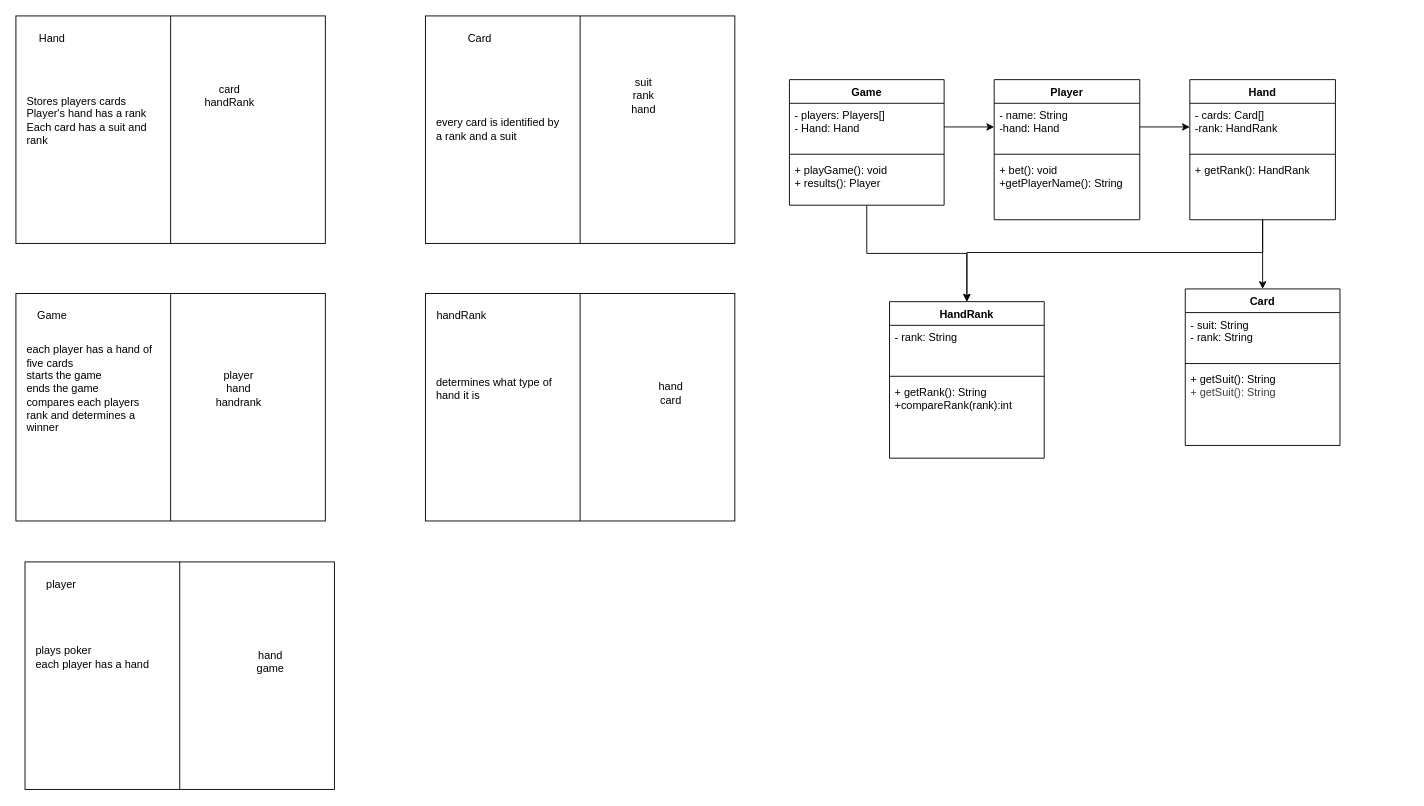
Above: sysc3110/lab1.drawio in Johanna-16/readme (draw.io), before the change. Source tidied: cells renumbered, new cells numbered last; positions are measured from the earlier drawing's top-left corner, leaving out a move shared by most shapes. Both pictures are drawn from the tidied source at 91%, with x=0, y=0 at pixel (15, 15).
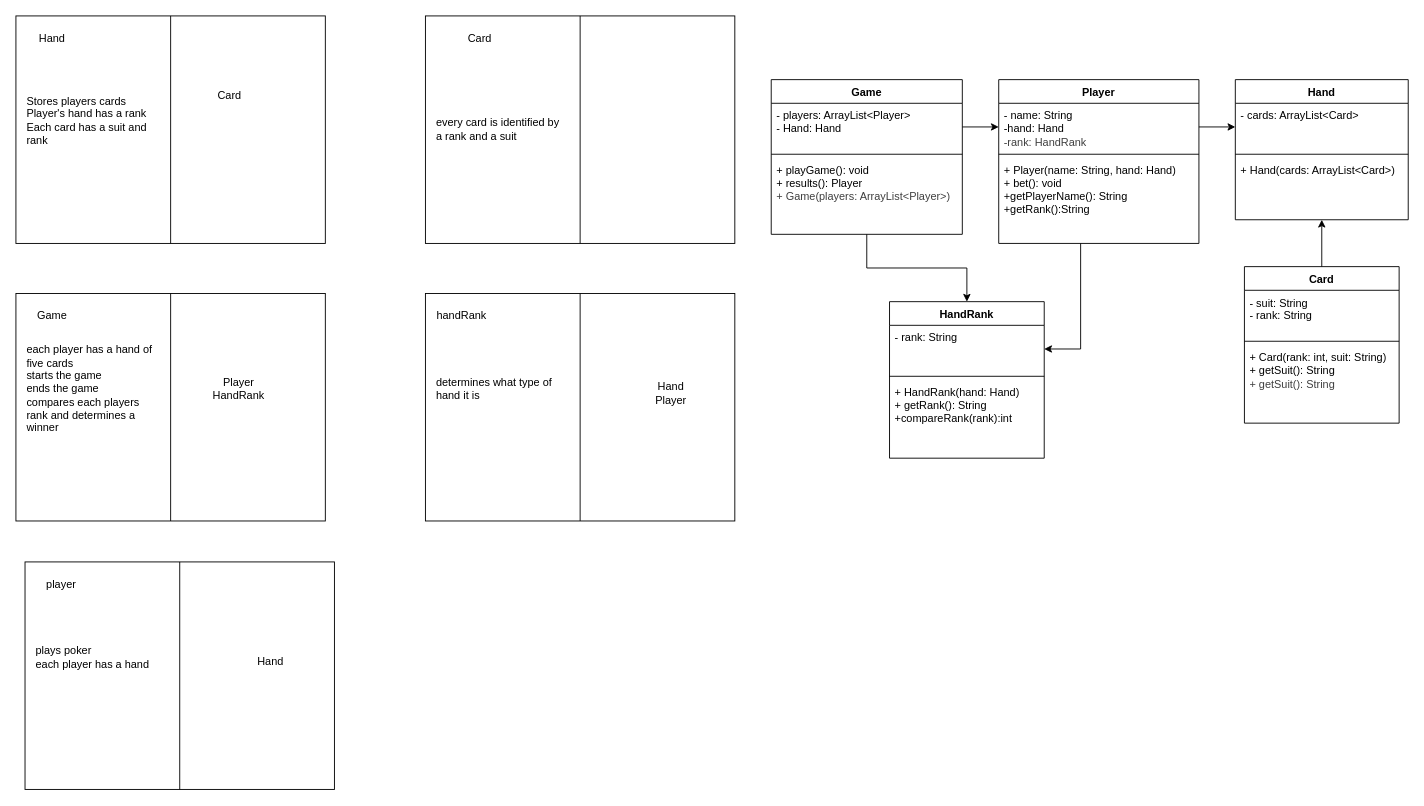
After the change.

Unchanged cells that the change refers to:
```xml
<mxCell id="46" value="HandRank" style="swimlane;fontStyle=1;align=center;verticalAlign=top;horizontal=1;startSize=26;whiteSpace=wrap;html=1;" parent="1" vertex="1">
  <mxGeometry x="960" y="314" width="170" height="172" as="geometry" />
</mxCell>
<mxCell id="47" value="- rank: String" style="text;strokeColor=none;fillColor=none;align=left;verticalAlign=top;spacingLeft=4;spacingRight=4;overflow=hidden;points=[[0,0.5],[1,0.5]];portConstraint=eastwest;whiteSpace=wrap;html=1;" parent="46" vertex="1">
  <mxGeometry y="26" width="170" height="52" as="geometry" />
</mxCell>
```

The edit, as a diff of the source:
```diff
@@
-    <mxCell id="15" value="suit&lt;div&gt;rank&lt;/div&gt;&lt;div&gt;hand&lt;/div&gt;" style="text;html=1;whiteSpace=wrap;strokeColor=none;fillColor=none;align=center;verticalAlign=middle;rounded=0;" parent="1" vertex="1">
-      <mxGeometry x="660" y="72.5" width="60" height="30" as="geometry" />
-    </mxCell>
-    <mxCell id="16" value="card&lt;div&gt;handRank&lt;/div&gt;" style="text;html=1;whiteSpace=wrap;strokeColor=none;fillColor=none;align=center;verticalAlign=middle;rounded=0;" parent="1" vertex="1">
+    <mxCell id="16" value="Card" style="text;html=1;whiteSpace=wrap;strokeColor=none;fillColor=none;align=center;verticalAlign=middle;rounded=0;" parent="1" vertex="1">
       <mxGeometry x="180" y="50" width="110" height="75" as="geometry" />
     </mxCell>
@@
-    <mxCell id="19" value="player&lt;div&gt;hand&lt;/div&gt;&lt;div&gt;handrank&lt;/div&gt;" style="text;html=1;whiteSpace=wrap;strokeColor=none;fillColor=none;align=center;verticalAlign=middle;rounded=0;" parent="1" vertex="1">
+    <mxCell id="19" value="Player&lt;div&gt;HandRank&lt;/div&gt;" style="text;html=1;whiteSpace=wrap;strokeColor=none;fillColor=none;align=center;verticalAlign=middle;rounded=0;" parent="1" vertex="1">
       <mxGeometry x="190" y="372.5" width="110" height="75" as="geometry" />
     </mxCell>
@@
-    <mxCell id="21" value="hand&lt;div&gt;card&lt;/div&gt;" style="text;html=1;whiteSpace=wrap;strokeColor=none;fillColor=none;align=center;verticalAlign=middle;rounded=0;" parent="1" vertex="1">
+    <mxCell id="21" value="Hand&lt;div&gt;Player&lt;/div&gt;" style="text;html=1;whiteSpace=wrap;strokeColor=none;fillColor=none;align=center;verticalAlign=middle;rounded=0;" parent="1" vertex="1">
       <mxGeometry x="690" y="400" width="60" height="30" as="geometry" />
     </mxCell>
@@
-    <mxCell id="26" value="hand&lt;div&gt;game&lt;/div&gt;" style="text;html=1;whiteSpace=wrap;strokeColor=none;fillColor=none;align=center;verticalAlign=middle;rounded=0;" parent="1" vertex="1">
+    <mxCell id="26" value="Hand" style="text;html=1;whiteSpace=wrap;strokeColor=none;fillColor=none;align=center;verticalAlign=middle;rounded=0;" parent="1" vertex="1">
       <mxGeometry x="250" y="695" width="60" height="30" as="geometry" />
     </mxCell>
@@
     <mxCell id="28" value="Game" style="swimlane;fontStyle=1;align=center;verticalAlign=top;horizontal=1;startSize=26;whiteSpace=wrap;html=1;" parent="1" vertex="1">
-      <mxGeometry x="850" y="70" width="170" height="138" as="geometry" />
+      <mxGeometry x="830" y="70" width="210" height="170" as="geometry" />
     </mxCell>
-    <mxCell id="29" value="- players: Players[]&lt;div&gt;- Hand: Hand&lt;/div&gt;&lt;div&gt;&lt;div&gt;&lt;br&gt;&lt;/div&gt;&lt;/div&gt;" style="text;strokeColor=none;fillColor=none;align=left;verticalAlign=top;spacingLeft=4;spacingRight=4;overflow=hidden;points=[[0,0.5],[1,0.5]];portConstraint=eastwest;whiteSpace=wrap;html=1;" parent="28" vertex="1">
-      <mxGeometry y="26" width="170" height="52" as="geometry" />
+    <mxCell id="29" value="- players: ArrayList&amp;lt;Player&amp;gt;&lt;div&gt;- Hand: Hand&lt;/div&gt;&lt;div&gt;&lt;div&gt;&lt;br&gt;&lt;/div&gt;&lt;/div&gt;" style="text;strokeColor=none;fillColor=none;align=left;verticalAlign=top;spacingLeft=4;spacingRight=4;overflow=hidden;points=[[0,0.5],[1,0.5]];portConstraint=eastwest;whiteSpace=wrap;html=1;" parent="28" vertex="1">
+      <mxGeometry y="26" width="210" height="52" as="geometry" />
     </mxCell>
     <mxCell id="30" style="line;strokeWidth=1;fillColor=none;align=left;verticalAlign=middle;spacingTop=-1;spacingLeft=3;spacingRight=3;labelPosition=right;strokeColor=inherit;" parent="28" vertex="1">
-      <mxGeometry y="78" width="170" height="8" as="geometry" />
+      <mxGeometry y="78" width="210" height="8" as="geometry" />
     </mxCell>
-    <mxCell id="31" value="+ playGame(): void&lt;div&gt;+ results(): Player&lt;/div&gt;&lt;div&gt;&lt;br&gt;&lt;/div&gt;&lt;div&gt;&lt;br&gt;&lt;/div&gt;" style="text;strokeColor=none;fillColor=none;align=left;verticalAlign=top;spacingLeft=4;spacingRight=4;overflow=hidden;whiteSpace=wrap;html=1;" parent="28" vertex="1">
-      <mxGeometry y="86" width="170" height="52" as="geometry" />
+    <mxCell id="31" value="+ playGame(): void&lt;div&gt;+ results(): Player&lt;/div&gt;&lt;div&gt;&lt;div&gt;&lt;span style=&quot;color: rgb(63, 63, 63); background-color: transparent;&quot;&gt;+ Game(players: ArrayList&amp;lt;Player&amp;gt;)&lt;/span&gt;&lt;/div&gt;&lt;/div&gt;&lt;div&gt;&lt;br&gt;&lt;/div&gt;&lt;div&gt;&lt;br&gt;&lt;/div&gt;" style="text;strokeColor=none;fillColor=none;align=left;verticalAlign=top;spacingLeft=4;spacingRight=4;overflow=hidden;whiteSpace=wrap;html=1;" parent="28" vertex="1">
+      <mxGeometry y="86" width="210" height="84" as="geometry" />
     </mxCell>
+    <mxCell id="52" style="edgeStyle=elbowEdgeStyle;html=1;entryX=1;entryY=0.5;entryDx=0;entryDy=0;rounded=0;curved=0;" parent="1" edge="1" source="32" target="47">
+      <mxGeometry relative="1" as="geometry">
+        <Array as="points">
+          <mxPoint x="1170" y="310" />
+        </Array>
+      </mxGeometry>
+    </mxCell>
     <mxCell id="32" value="Player" style="swimlane;fontStyle=1;align=center;verticalAlign=top;horizontal=1;startSize=26;whiteSpace=wrap;html=1;" parent="1" vertex="1">
-      <mxGeometry x="1075" y="70" width="160" height="154" as="geometry" />
+      <mxGeometry x="1080" y="70" width="220" height="180" as="geometry" />
     </mxCell>
-    <mxCell id="33" value="- name: String&lt;div&gt;-hand: Hand&lt;/div&gt;" style="text;strokeColor=none;fillColor=none;align=left;verticalAlign=top;spacingLeft=4;spacingRight=4;overflow=hidden;points=[[0,0.5],[1,0.5]];portConstraint=eastwest;whiteSpace=wrap;html=1;" parent="32" vertex="1">
-      <mxGeometry y="26" width="160" height="52" as="geometry" />
+    <mxCell id="33" value="- name: String&lt;div&gt;-hand: Hand&lt;/div&gt;&lt;div&gt;&lt;span style=&quot;color: rgb(63, 63, 63);&quot;&gt;-rank: HandRank&lt;/span&gt;&lt;/div&gt;" style="text;strokeColor=none;fillColor=none;align=left;verticalAlign=top;spacingLeft=4;spacingRight=4;overflow=hidden;points=[[0,0.5],[1,0.5]];portConstraint=eastwest;whiteSpace=wrap;html=1;" parent="32" vertex="1">
+      <mxGeometry y="26" width="220" height="52" as="geometry" />
     </mxCell>
     <mxCell id="34" style="line;strokeWidth=1;fillColor=none;align=left;verticalAlign=middle;spacingTop=-1;spacingLeft=3;spacingRight=3;labelPosition=right;strokeColor=inherit;" parent="32" vertex="1">
-      <mxGeometry y="78" width="160" height="8" as="geometry" />
+      <mxGeometry y="78" width="220" height="8" as="geometry" />
     </mxCell>
-    <mxCell id="35" value="+ bet(): void&lt;div&gt;+getPlayerName(): String&lt;/div&gt;" style="text;strokeColor=none;fillColor=none;align=left;verticalAlign=top;spacingLeft=4;spacingRight=4;overflow=hidden;whiteSpace=wrap;html=1;" parent="32" vertex="1">
-      <mxGeometry y="86" width="160" height="68" as="geometry" />
+    <mxCell id="35" value="+ Player(name: String, hand: Hand)&lt;div&gt;+ bet(): void&lt;div&gt;+getPlayerName(): String&lt;/div&gt;&lt;div&gt;+getRank():String&lt;/div&gt;&lt;/div&gt;" style="text;strokeColor=none;fillColor=none;align=left;verticalAlign=top;spacingLeft=4;spacingRight=4;overflow=hidden;whiteSpace=wrap;html=1;" parent="32" vertex="1">
+      <mxGeometry y="86" width="220" height="94" as="geometry" />
     </mxCell>
-    <mxCell id="36" style="edgeStyle=orthogonalEdgeStyle;rounded=0;jettySize=auto;html=1;" parent="1" edge="1" source="38" target="46">
-      <mxGeometry relative="1" as="geometry">
-        <Array as="points">
-          <mxPoint x="1370" y="260" />
-          <mxPoint x="1045" y="260" />
-        </Array>
-      </mxGeometry>
-    </mxCell>
-    <mxCell id="37" style="edgeStyle=none;html=1;entryX=0.5;entryY=0;entryDx=0;entryDy=0;" parent="1" edge="1" source="38" target="42">
-      <mxGeometry relative="1" as="geometry" />
-    </mxCell>
     <mxCell id="38" value="Hand" style="swimlane;fontStyle=1;align=center;verticalAlign=top;horizontal=1;startSize=26;whiteSpace=wrap;html=1;" parent="1" vertex="1">
-      <mxGeometry x="1290" y="70" width="160" height="154" as="geometry" />
+      <mxGeometry x="1340" y="70" width="190" height="154" as="geometry" />
     </mxCell>
-    <mxCell id="39" value="- cards: Card[]&lt;div&gt;-rank: HandRank&lt;/div&gt;" style="text;strokeColor=none;fillColor=none;align=left;verticalAlign=top;spacingLeft=4;spacingRight=4;overflow=hidden;points=[[0,0.5],[1,0.5]];portConstraint=eastwest;whiteSpace=wrap;html=1;" parent="38" vertex="1">
-      <mxGeometry y="26" width="160" height="52" as="geometry" />
+    <mxCell id="39" value="- cards: ArrayList&amp;lt;Card&amp;gt;&lt;div&gt;&lt;br&gt;&lt;/div&gt;" style="text;strokeColor=none;fillColor=none;align=left;verticalAlign=top;spacingLeft=4;spacingRight=4;overflow=hidden;points=[[0,0.5],[1,0.5]];portConstraint=eastwest;whiteSpace=wrap;html=1;" parent="38" vertex="1">
+      <mxGeometry y="26" width="190" height="52" as="geometry" />
     </mxCell>
     <mxCell id="40" style="line;strokeWidth=1;fillColor=none;align=left;verticalAlign=middle;spacingTop=-1;spacingLeft=3;spacingRight=3;labelPosition=right;strokeColor=inherit;" parent="38" vertex="1">
-      <mxGeometry y="78" width="160" height="8" as="geometry" />
+      <mxGeometry y="78" width="190" height="8" as="geometry" />
     </mxCell>
-    <mxCell id="41" value="+ getRank(): HandRank" style="text;strokeColor=none;fillColor=none;align=left;verticalAlign=top;spacingLeft=4;spacingRight=4;overflow=hidden;points=[[0,0.5],[1,0.5]];portConstraint=eastwest;whiteSpace=wrap;html=1;" parent="38" vertex="1">
-      <mxGeometry y="86" width="160" height="68" as="geometry" />
+    <mxCell id="41" value="+&amp;nbsp;Hand(cards: ArrayList&amp;lt;Card&amp;gt;)" style="text;strokeColor=none;fillColor=none;align=left;verticalAlign=top;spacingLeft=4;spacingRight=4;overflow=hidden;points=[[0,0.5],[1,0.5]];portConstraint=eastwest;whiteSpace=wrap;html=1;" parent="38" vertex="1">
+      <mxGeometry y="86" width="190" height="68" as="geometry" />
     </mxCell>
     <mxCell id="42" value="Card" style="swimlane;fontStyle=1;align=center;verticalAlign=top;horizontal=1;startSize=26;whiteSpace=wrap;html=1;" parent="1" vertex="1">
-      <mxGeometry x="1285" y="300" width="170" height="172" as="geometry" />
+      <mxGeometry x="1350" y="275.5" width="170" height="172" as="geometry" />
     </mxCell>
@@
-    <mxCell id="45" value="+ getSuit(): String&lt;div&gt;&lt;span style=&quot;color: rgb(63, 63, 63); background-color: transparent;&quot;&gt;+ getSuit(): String&lt;/span&gt;&lt;/div&gt;" style="text;strokeColor=none;fillColor=none;align=left;verticalAlign=top;spacingLeft=4;spacingRight=4;overflow=hidden;whiteSpace=wrap;html=1;" parent="42" vertex="1">
+    <mxCell id="45" value="+&amp;nbsp;Card(rank: int, suit: String)&lt;div&gt;+ getSuit(): String&lt;div&gt;&lt;span style=&quot;color: rgb(63, 63, 63); background-color: transparent;&quot;&gt;+ getSuit(): String&lt;/span&gt;&lt;/div&gt;&lt;/div&gt;" style="text;strokeColor=none;fillColor=none;align=left;verticalAlign=top;spacingLeft=4;spacingRight=4;overflow=hidden;whiteSpace=wrap;html=1;" parent="42" vertex="1">
       <mxGeometry y="86" width="170" height="86" as="geometry" />
     </mxCell>
@@
-    <mxCell id="49" value="+ getRank(): String&lt;div&gt;+compareRank(rank):int&lt;br&gt;&lt;div&gt;&lt;br&gt;&lt;/div&gt;&lt;/div&gt;" style="text;strokeColor=none;fillColor=none;align=left;verticalAlign=top;spacingLeft=4;spacingRight=4;overflow=hidden;whiteSpace=wrap;html=1;" parent="46" vertex="1">
+    <mxCell id="49" value="+ HandRank(hand: Hand)&lt;div&gt;+ getRank(): String&lt;div&gt;+compareRank(rank):int&lt;br&gt;&lt;div&gt;&lt;br&gt;&lt;/div&gt;&lt;/div&gt;&lt;/div&gt;" style="text;strokeColor=none;fillColor=none;align=left;verticalAlign=top;spacingLeft=4;spacingRight=4;overflow=hidden;whiteSpace=wrap;html=1;" parent="46" vertex="1">
       <mxGeometry y="86" width="170" height="86" as="geometry" />
     </mxCell>
@@
+    <mxCell id="53" style="edgeStyle=orthogonalEdgeStyle;html=1;entryX=0.5;entryY=1;entryDx=0;entryDy=0;entryPerimeter=0;rounded=0;curved=0;" parent="1" edge="1" source="42" target="41">
+      <mxGeometry relative="1" as="geometry" />
+    </mxCell>
```
